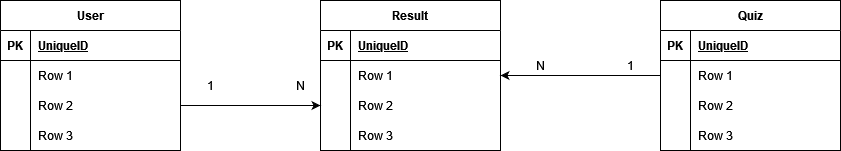
The draw.io diagram docs/DB schema.drawio.png in mikolaz27/quizez_2023, before a commit. Source tidied: cells renumbered, new cells last; positions are measured from the earlier drawing's top-left corner, leaving out a move shared by most shapes.
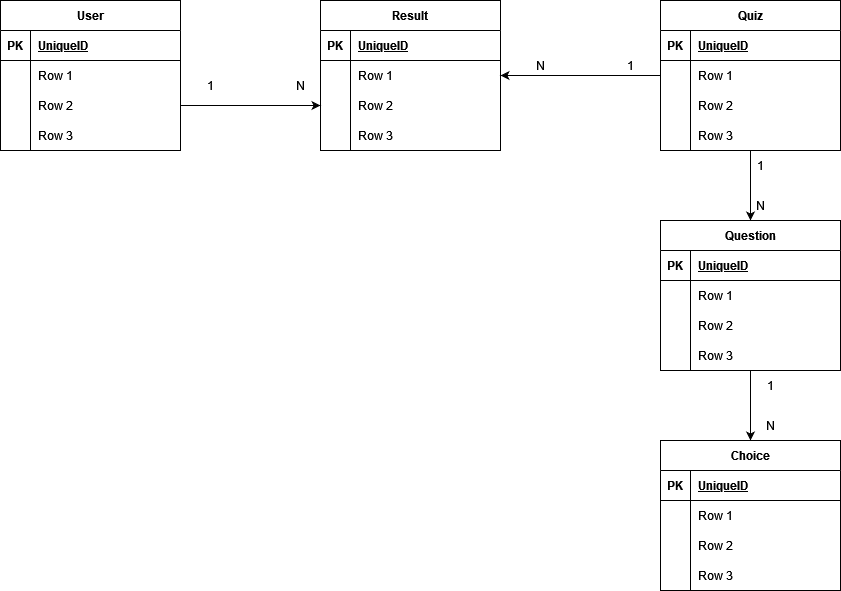
Later version of the same file.

The edit, as a diff of the source:
```diff
@@ -41,6 +41,9 @@
     <mxCell id="14" value="Row 3" style="shape=partialRectangle;fillColor=none;top=0;left=0;bottom=0;right=0;align=left;spacingLeft=6;overflow=hidden;" parent="12" vertex="1">
       <mxGeometry x="30" width="150" height="30" as="geometry" />
     </mxCell>
+    <mxCell id="47" style="edgeStyle=orthogonalEdgeStyle;rounded=0;jettySize=auto;html=1;entryX=0.5;entryY=0;entryDx=0;entryDy=0;" parent="1" edge="1" source="15" target="49">
+      <mxGeometry relative="1" as="geometry" />
+    </mxCell>
     <mxCell id="15" value="Quiz" style="shape=table;startSize=30;rowLines=0;fontStyle=1;align=center;" parent="1" vertex="1">
       <mxGeometry x="660" width="180" height="150" as="geometry" />
     </mxCell>
@@ -137,5 +140,98 @@
     <mxCell id="46" value="1" style="text;html=1;strokeColor=none;fillColor=none;align=center;verticalAlign=middle;whiteSpace=wrap;rounded=0;" parent="1" vertex="1">
       <mxGeometry x="180" y="70" width="60" height="30" as="geometry" />
     </mxCell>
+    <mxCell id="48" style="edgeStyle=orthogonalEdgeStyle;rounded=0;jettySize=auto;html=1;entryX=0.5;entryY=0;entryDx=0;entryDy=0;" parent="1" edge="1" source="49" target="62">
+      <mxGeometry relative="1" as="geometry" />
+    </mxCell>
+    <mxCell id="49" value="Question" style="shape=table;startSize=30;rowLines=0;fontStyle=1;align=center;" parent="1" vertex="1">
+      <mxGeometry x="660" y="220" width="180" height="150" as="geometry" />
+    </mxCell>
+    <mxCell id="50" style="shape=tableRow;horizontal=0;startSize=0;swimlaneHead=0;swimlaneBody=0;fillColor=none;top=0;left=0;right=0;bottom=1;" parent="49" vertex="1">
+      <mxGeometry y="30" width="180" height="30" as="geometry" />
+    </mxCell>
+    <mxCell id="51" value="PK" style="shape=partialRectangle;fillColor=none;top=0;left=0;bottom=0;right=0;fontStyle=1;overflow=hidden;" parent="50" vertex="1">
+      <mxGeometry width="30" height="30" as="geometry" />
+    </mxCell>
+    <mxCell id="52" value="UniqueID" style="shape=partialRectangle;fillColor=none;top=0;left=0;bottom=0;right=0;align=left;spacingLeft=6;fontStyle=5;overflow=hidden;" parent="50" vertex="1">
+      <mxGeometry x="30" width="150" height="30" as="geometry" />
+    </mxCell>
+    <mxCell id="53" style="shape=tableRow;horizontal=0;startSize=0;swimlaneHead=0;swimlaneBody=0;fillColor=none;top=0;left=0;right=0;bottom=0;" parent="49" vertex="1">
+      <mxGeometry y="60" width="180" height="30" as="geometry" />
+    </mxCell>
+    <mxCell id="54" style="shape=partialRectangle;fillColor=none;top=0;left=0;bottom=0;right=0;overflow=hidden;" parent="53" vertex="1">
+      <mxGeometry width="30" height="30" as="geometry" />
+    </mxCell>
+    <mxCell id="55" value="Row 1" style="shape=partialRectangle;fillColor=none;top=0;left=0;bottom=0;right=0;align=left;spacingLeft=6;overflow=hidden;" parent="53" vertex="1">
+      <mxGeometry x="30" width="150" height="30" as="geometry" />
+    </mxCell>
+    <mxCell id="56" style="shape=tableRow;horizontal=0;startSize=0;swimlaneHead=0;swimlaneBody=0;fillColor=none;top=0;left=0;right=0;bottom=0;" parent="49" vertex="1">
+      <mxGeometry y="90" width="180" height="30" as="geometry" />
+    </mxCell>
+    <mxCell id="57" style="shape=partialRectangle;fillColor=none;top=0;left=0;bottom=0;right=0;overflow=hidden;" parent="56" vertex="1">
+      <mxGeometry width="30" height="30" as="geometry" />
+    </mxCell>
+    <mxCell id="58" value="Row 2" style="shape=partialRectangle;fillColor=none;top=0;left=0;bottom=0;right=0;align=left;spacingLeft=6;overflow=hidden;" parent="56" vertex="1">
+      <mxGeometry x="30" width="150" height="30" as="geometry" />
+    </mxCell>
+    <mxCell id="59" style="shape=tableRow;horizontal=0;startSize=0;swimlaneHead=0;swimlaneBody=0;fillColor=none;top=0;left=0;right=0;bottom=0;" parent="49" vertex="1">
+      <mxGeometry y="120" width="180" height="30" as="geometry" />
+    </mxCell>
+    <mxCell id="60" style="shape=partialRectangle;fillColor=none;top=0;left=0;bottom=0;right=0;overflow=hidden;" parent="59" vertex="1">
+      <mxGeometry width="30" height="30" as="geometry" />
+    </mxCell>
+    <mxCell id="61" value="Row 3" style="shape=partialRectangle;fillColor=none;top=0;left=0;bottom=0;right=0;align=left;spacingLeft=6;overflow=hidden;" parent="59" vertex="1">
+      <mxGeometry x="30" width="150" height="30" as="geometry" />
+    </mxCell>
+    <mxCell id="62" value="Choice" style="shape=table;startSize=30;rowLines=0;fontStyle=1;align=center;" parent="1" vertex="1">
+      <mxGeometry x="660" y="440" width="180" height="150" as="geometry" />
+    </mxCell>
+    <mxCell id="63" style="shape=tableRow;horizontal=0;startSize=0;swimlaneHead=0;swimlaneBody=0;fillColor=none;top=0;left=0;right=0;bottom=1;" parent="62" vertex="1">
+      <mxGeometry y="30" width="180" height="30" as="geometry" />
+    </mxCell>
+    <mxCell id="64" value="PK" style="shape=partialRectangle;fillColor=none;top=0;left=0;bottom=0;right=0;fontStyle=1;overflow=hidden;" parent="63" vertex="1">
+      <mxGeometry width="30" height="30" as="geometry" />
+    </mxCell>
+    <mxCell id="65" value="UniqueID" style="shape=partialRectangle;fillColor=none;top=0;left=0;bottom=0;right=0;align=left;spacingLeft=6;fontStyle=5;overflow=hidden;" parent="63" vertex="1">
+      <mxGeometry x="30" width="150" height="30" as="geometry" />
+    </mxCell>
+    <mxCell id="66" style="shape=tableRow;horizontal=0;startSize=0;swimlaneHead=0;swimlaneBody=0;fillColor=none;top=0;left=0;right=0;bottom=0;" parent="62" vertex="1">
+      <mxGeometry y="60" width="180" height="30" as="geometry" />
+    </mxCell>
+    <mxCell id="67" style="shape=partialRectangle;fillColor=none;top=0;left=0;bottom=0;right=0;overflow=hidden;" parent="66" vertex="1">
+      <mxGeometry width="30" height="30" as="geometry" />
+    </mxCell>
+    <mxCell id="68" value="Row 1" style="shape=partialRectangle;fillColor=none;top=0;left=0;bottom=0;right=0;align=left;spacingLeft=6;overflow=hidden;" parent="66" vertex="1">
+      <mxGeometry x="30" width="150" height="30" as="geometry" />
+    </mxCell>
+    <mxCell id="69" style="shape=tableRow;horizontal=0;startSize=0;swimlaneHead=0;swimlaneBody=0;fillColor=none;top=0;left=0;right=0;bottom=0;" parent="62" vertex="1">
+      <mxGeometry y="90" width="180" height="30" as="geometry" />
+    </mxCell>
+    <mxCell id="70" style="shape=partialRectangle;fillColor=none;top=0;left=0;bottom=0;right=0;overflow=hidden;" parent="69" vertex="1">
+      <mxGeometry width="30" height="30" as="geometry" />
+    </mxCell>
+    <mxCell id="71" value="Row 2" style="shape=partialRectangle;fillColor=none;top=0;left=0;bottom=0;right=0;align=left;spacingLeft=6;overflow=hidden;" parent="69" vertex="1">
+      <mxGeometry x="30" width="150" height="30" as="geometry" />
+    </mxCell>
+    <mxCell id="72" style="shape=tableRow;horizontal=0;startSize=0;swimlaneHead=0;swimlaneBody=0;fillColor=none;top=0;left=0;right=0;bottom=0;" parent="62" vertex="1">
+      <mxGeometry y="120" width="180" height="30" as="geometry" />
+    </mxCell>
+    <mxCell id="73" style="shape=partialRectangle;fillColor=none;top=0;left=0;bottom=0;right=0;overflow=hidden;" parent="72" vertex="1">
+      <mxGeometry width="30" height="30" as="geometry" />
+    </mxCell>
+    <mxCell id="74" value="Row 3" style="shape=partialRectangle;fillColor=none;top=0;left=0;bottom=0;right=0;align=left;spacingLeft=6;overflow=hidden;" parent="72" vertex="1">
+      <mxGeometry x="30" width="150" height="30" as="geometry" />
+    </mxCell>
+    <mxCell id="75" value="1" style="text;html=1;strokeColor=none;fillColor=none;align=center;verticalAlign=middle;whiteSpace=wrap;rounded=0;" parent="1" vertex="1">
+      <mxGeometry x="730" y="150" width="60" height="30" as="geometry" />
+    </mxCell>
+    <mxCell id="76" value="N" style="text;html=1;strokeColor=none;fillColor=none;align=center;verticalAlign=middle;whiteSpace=wrap;rounded=0;" parent="1" vertex="1">
+      <mxGeometry x="730" y="190" width="60" height="30" as="geometry" />
+    </mxCell>
+    <mxCell id="77" value="1" style="text;html=1;strokeColor=none;fillColor=none;align=center;verticalAlign=middle;whiteSpace=wrap;rounded=0;" parent="1" vertex="1">
+      <mxGeometry x="740" y="370" width="60" height="30" as="geometry" />
+    </mxCell>
+    <mxCell id="78" value="N" style="text;html=1;strokeColor=none;fillColor=none;align=center;verticalAlign=middle;whiteSpace=wrap;rounded=0;" parent="1" vertex="1">
+      <mxGeometry x="740" y="410" width="60" height="30" as="geometry" />
+    </mxCell>
   </root>
 </mxGraphModel>
```
